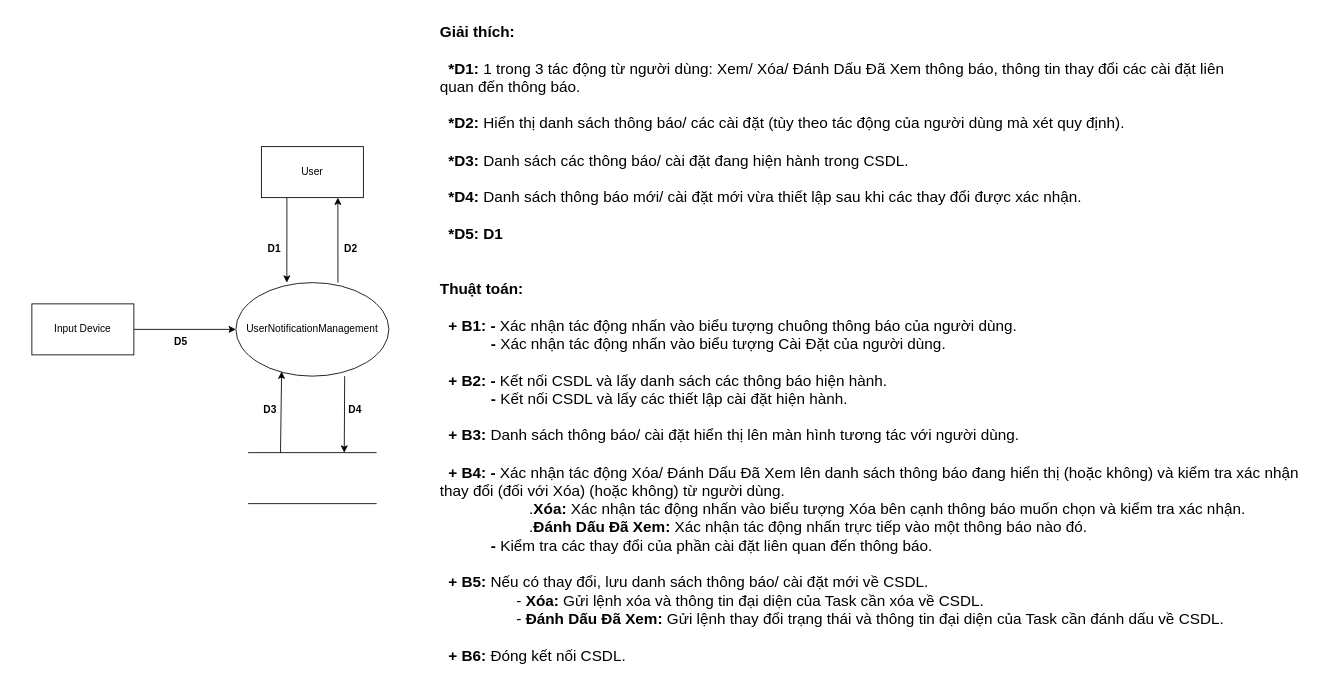
The draw.io diagram ToDoApp-Doc/Document/Diagram/General Diagram/UserNotificationManagement/TQ_UserNotificationManagement.drawio in Merevoli-DatLuu/To-Do-App, before the edit. Source tidied: cells renumbered, new cells numbered last; positions are measured from the earlier drawing's top-left corner, leaving out a move shared by most shapes. Both pictures are drawn from the tidied source at 85%, with x=0, y=0 at pixel (14, 14).
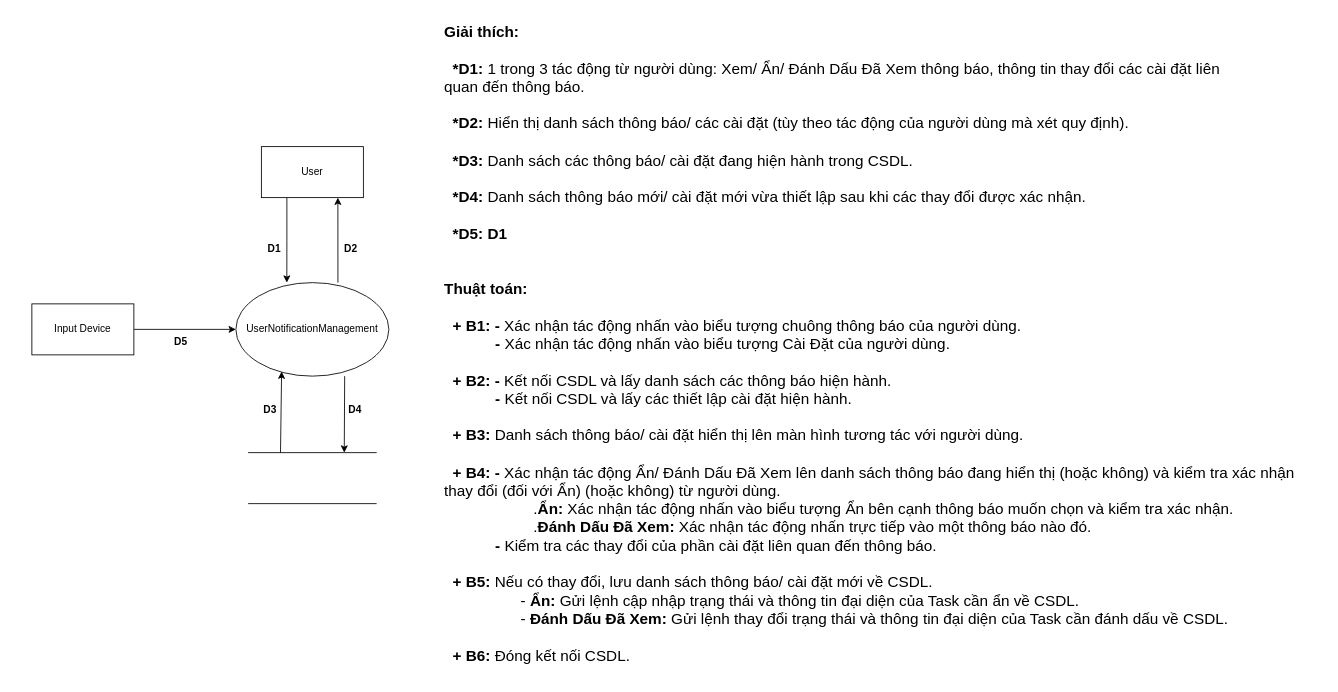
The same page after the edit.

Commit message (it also covers changes not shown here):
[Modified]: UserNotificationManagement General Diagram

Change to the diagram source:
```diff
@@
 <mxGraphModel>
   <root>
     <mxCell id="0" />
     <mxCell id="1" parent="0" />
     <mxCell id="2" style="html=1;dashed=0;whitespace=wrap;strokeColor=none;" parent="1" vertex="1">
       <mxGeometry width="1540" height="770" as="geometry" />
     </mxCell>
     <mxCell id="3" style="edgeStyle=orthogonalEdgeStyle;rounded=0;jettySize=auto;html=1;exitX=0.25;exitY=1;exitDx=0;exitDy=0;entryX=0.333;entryY=0;entryDx=0;entryDy=0;entryPerimeter=0;" parent="1" edge="1" source="4" target="5">
       <mxGeometry relative="1" as="geometry" />
     </mxCell>
     <mxCell id="4" value="User" style="rounded=0;whiteSpace=wrap;html=1;" parent="1" vertex="1">
       <mxGeometry x="290" y="155" width="120" height="60" as="geometry" />
     </mxCell>
     <mxCell id="5" value="UserNotificationManagement" style="ellipse;whiteSpace=wrap;html=1;" parent="1" vertex="1">
       <mxGeometry x="260" y="315" width="180" height="110" as="geometry" />
     </mxCell>
     <mxCell id="6" style="edgeStyle=orthogonalEdgeStyle;rounded=0;jettySize=auto;html=1;" parent="1" edge="1" source="7" target="5">
       <mxGeometry relative="1" as="geometry" />
     </mxCell>
     <mxCell id="7" value="Input Device" style="rounded=0;whiteSpace=wrap;html=1;" parent="1" vertex="1">
       <mxGeometry x="20" y="340" width="120" height="60" as="geometry" />
     </mxCell>
     <mxCell id="8" style="html=1;dashed=0;whitespace=wrap;shape=partialRectangle;right=0;left=0;" parent="1" vertex="1">
       <mxGeometry x="275" y="515" width="150" height="60" as="geometry" />
     </mxCell>
     <mxCell id="9" style="endArrow=classic;html=1;entryX=0.75;entryY=1;entryDx=0;entryDy=0;exitX=0.667;exitY=0;exitDx=0;exitDy=0;exitPerimeter=0;" parent="1" edge="1" source="5" target="4">
       <mxGeometry relative="1" as="geometry" />
     </mxCell>
     <mxCell id="10" style="endArrow=classic;html=1;exitX=0.25;exitY=0;exitDx=0;exitDy=0;entryX=0.299;entryY=0.951;entryDx=0;entryDy=0;entryPerimeter=0;" parent="1" edge="1" source="8" target="5">
       <mxGeometry relative="1" as="geometry" />
     </mxCell>
     <mxCell id="11" style="endArrow=classic;html=1;entryX=0.75;entryY=0;entryDx=0;entryDy=0;" parent="1" edge="1" target="8">
       <mxGeometry relative="1" as="geometry">
         <mxPoint x="388" y="425" as="sourcePoint" />
       </mxGeometry>
     </mxCell>
     <mxCell id="12" value="&lt;b&gt;D1&lt;/b&gt;" style="text;html=1;align=center;verticalAlign=middle;" parent="1" vertex="1">
       <mxGeometry x="290" y="265" width="30" height="20" as="geometry" />
     </mxCell>
     <mxCell id="13" value="&lt;b&gt;D2&lt;/b&gt;" style="text;html=1;align=center;verticalAlign=middle;" parent="1" vertex="1">
       <mxGeometry x="380" y="265" width="30" height="20" as="geometry" />
     </mxCell>
     <mxCell id="14" value="&lt;b&gt;D3&lt;/b&gt;" style="text;html=1;align=center;verticalAlign=middle;" parent="1" vertex="1">
       <mxGeometry x="285" y="455" width="30" height="20" as="geometry" />
     </mxCell>
     <mxCell id="15" value="&lt;b&gt;D4&lt;/b&gt;" style="text;html=1;align=center;verticalAlign=middle;" parent="1" vertex="1">
       <mxGeometry x="385" y="455" width="30" height="20" as="geometry" />
     </mxCell>
     <mxCell id="16" value="&lt;b&gt;D5&lt;/b&gt;" style="text;html=1;align=center;verticalAlign=middle;" parent="1" vertex="1">
       <mxGeometry x="180" y="375" width="30" height="20" as="geometry" />
     </mxCell>
-    <mxCell id="17" value="&lt;div style=&quot;text-align: justify&quot;&gt;&lt;b style=&quot;font-size: 18px&quot;&gt;Giải thích:&lt;/b&gt;&lt;/div&gt;&lt;div style=&quot;text-align: justify&quot;&gt;&lt;b style=&quot;font-size: 18px&quot;&gt;&lt;br&gt;&lt;/b&gt;&lt;/div&gt;&lt;div style=&quot;font-size: 18px ; text-align: justify&quot;&gt;&lt;b&gt;&amp;nbsp; *D1:&amp;nbsp;&lt;/b&gt;1 trong 3&amp;nbsp;tác động từ người dùng: Xem/ Xóa/ Đánh Dấu Đã Xem thông báo, thông tin thay đổi các cài đặt liên&lt;/div&gt;&lt;div style=&quot;font-size: 18px ; text-align: justify&quot;&gt;quan đến thông báo.&lt;/div&gt;&lt;div style=&quot;font-size: 18px ; text-align: justify&quot;&gt;&lt;br&gt;&lt;/div&gt;&lt;div style=&quot;font-size: 18px ; text-align: justify&quot;&gt;&amp;nbsp;&amp;nbsp;&lt;b&gt;*D2:&amp;nbsp;&lt;/b&gt;Hiển thị danh sách thông báo/ các cài đặt (tùy theo tác động của người dùng mà xét quy định).&lt;/div&gt;&lt;div style=&quot;font-size: 18px ; text-align: justify&quot;&gt;&lt;br&gt;&lt;/div&gt;&lt;div style=&quot;font-size: 18px ; text-align: justify&quot;&gt;&amp;nbsp;&amp;nbsp;&lt;b&gt;*D3:&lt;/b&gt;&amp;nbsp;Danh sách các thông báo/ cài đặt đang hiện hành trong CSDL.&lt;/div&gt;&lt;div style=&quot;font-size: 18px ; text-align: justify&quot;&gt;&lt;br&gt;&lt;/div&gt;&lt;div style=&quot;font-size: 18px ; text-align: justify&quot;&gt;&amp;nbsp;&amp;nbsp;&lt;b&gt;*D4:&amp;nbsp;&lt;/b&gt;Danh sách thông báo mới/ cài đặt mới vừa thiết lập sau khi các thay đổi được xác nhận.&lt;/div&gt;&lt;div style=&quot;font-size: 18px ; text-align: justify&quot;&gt;&lt;br&gt;&lt;/div&gt;&lt;div style=&quot;font-size: 18px ; text-align: justify&quot;&gt;&amp;nbsp;&amp;nbsp;&lt;b&gt;*D5: D1&lt;/b&gt;&lt;/div&gt;&lt;div style=&quot;font-size: 18px ; text-align: justify&quot;&gt;&lt;br&gt;&lt;/div&gt;&lt;div style=&quot;font-size: 18px ; text-align: justify&quot;&gt;&lt;br&gt;&lt;/div&gt;&lt;div style=&quot;font-size: 18px ; text-align: justify&quot;&gt;&lt;b&gt;Thuật toán:&lt;/b&gt;&lt;/div&gt;&lt;div style=&quot;font-size: 18px ; text-align: justify&quot;&gt;&lt;b&gt;&lt;br&gt;&lt;/b&gt;&lt;/div&gt;&lt;div style=&quot;font-size: 18px ; text-align: justify&quot;&gt;&lt;b&gt;&amp;nbsp; + B1: - &lt;/b&gt;Xác nhận tác động nhấn vào biểu tượng chuông thông báo của người dùng.&lt;/div&gt;&lt;div style=&quot;font-size: 18px ; text-align: justify&quot;&gt;&amp;nbsp; &amp;nbsp; &amp;nbsp; &amp;nbsp; &amp;nbsp; &amp;nbsp; &lt;b&gt;- &lt;/b&gt;Xác nhận tác động nhấn vào biểu tượng Cài Đặt của người dùng.&lt;/div&gt;&lt;div style=&quot;font-size: 18px ; text-align: justify&quot;&gt;&lt;br&gt;&lt;/div&gt;&lt;div style=&quot;font-size: 18px ; text-align: justify&quot;&gt;&lt;b&gt;&amp;nbsp; + B2: -&amp;nbsp;&lt;/b&gt;Kết nối CSDL và lấy danh sách các thông báo hiện hành.&lt;/div&gt;&lt;div style=&quot;font-size: 18px ; text-align: justify&quot;&gt;&amp;nbsp; &amp;nbsp; &amp;nbsp; &amp;nbsp; &amp;nbsp; &amp;nbsp; &lt;b&gt;-&lt;/b&gt;&amp;nbsp;Kết nối CSDL và lấy các thiết lập cài đặt hiện hành.&lt;/div&gt;&lt;div style=&quot;font-size: 18px ; text-align: justify&quot;&gt;&lt;br&gt;&lt;/div&gt;&lt;div style=&quot;font-size: 18px ; text-align: justify&quot;&gt;&lt;b&gt;&amp;nbsp; + B3:&amp;nbsp;&lt;/b&gt;Danh sách thông báo/ cài đặt hiển thị lên màn hình tương tác với người dùng.&lt;/div&gt;&lt;div style=&quot;font-size: 18px ; text-align: justify&quot;&gt;&lt;br&gt;&lt;/div&gt;&lt;div style=&quot;font-size: 18px ; text-align: justify&quot;&gt;&lt;b&gt;&amp;nbsp; + B4: - &lt;/b&gt;Xác nhận&amp;nbsp;tác động Xóa/ Đánh Dấu Đã Xem lên danh sách thông báo đang hiển thị (hoặc không) và kiểm tra xác nhận&lt;/div&gt;&lt;div style=&quot;font-size: 18px ; text-align: justify&quot;&gt;thay đổi (đối với Xóa) (hoặc không)&amp;nbsp;&lt;span&gt;từ người dùng.&lt;/span&gt;&lt;/div&gt;&lt;div style=&quot;font-size: 18px ; text-align: justify&quot;&gt;&amp;nbsp; &amp;nbsp; &amp;nbsp; &amp;nbsp; &amp;nbsp; &amp;nbsp; &amp;nbsp; &amp;nbsp; &amp;nbsp; &amp;nbsp; &amp;nbsp;.&lt;b&gt;Xóa: &lt;/b&gt;Xác nhận tác động&amp;nbsp;nhấn vào biểu tượng Xóa bên cạnh thông báo muốn chọn và kiểm tra xác nhận.&lt;/div&gt;&lt;div style=&quot;font-size: 18px ; text-align: justify&quot;&gt;&amp;nbsp; &amp;nbsp; &amp;nbsp; &amp;nbsp; &amp;nbsp; &amp;nbsp; &amp;nbsp; &amp;nbsp; &amp;nbsp; &amp;nbsp; &amp;nbsp;.&lt;b&gt;Đánh Dấu Đã Xem: &lt;/b&gt;Xác nhận tác động&amp;nbsp;nhấn trực tiếp vào một thông báo nào đó.&lt;/div&gt;&lt;div style=&quot;font-size: 18px ; text-align: justify&quot;&gt;&amp;nbsp; &amp;nbsp; &amp;nbsp; &amp;nbsp; &amp;nbsp; &amp;nbsp; &lt;b&gt;- &lt;/b&gt;Kiểm tra các thay đổi của phần cài đặt liên quan đến thông báo.&lt;/div&gt;&lt;div style=&quot;font-size: 18px ; text-align: justify&quot;&gt;&lt;br&gt;&lt;/div&gt;&lt;div style=&quot;font-size: 18px ; text-align: justify&quot;&gt;&lt;b&gt;&amp;nbsp; + B5:&amp;nbsp;&lt;/b&gt;Nếu có thay đổi, lưu danh sách thông báo/ cài đặt mới về CSDL.&lt;/div&gt;&lt;div style=&quot;font-size: 18px ; text-align: justify&quot;&gt;&amp;nbsp; &amp;nbsp; &amp;nbsp; &amp;nbsp; &amp;nbsp; &amp;nbsp; &amp;nbsp; &amp;nbsp; &amp;nbsp; - &lt;b&gt;Xóa: &lt;/b&gt;Gửi lệnh xóa và thông tin đại diện của Task cần xóa về CSDL.&lt;/div&gt;&lt;div style=&quot;font-size: 18px ; text-align: justify&quot;&gt;&amp;nbsp; &amp;nbsp; &amp;nbsp; &amp;nbsp; &amp;nbsp; &amp;nbsp; &amp;nbsp; &amp;nbsp; &amp;nbsp; - &lt;b&gt;Đánh Dấu Đã Xem: &lt;/b&gt;Gửi lệnh thay đổi trạng thái và thông tin đại diện của Task cần đánh dấu về CSDL.&lt;/div&gt;&lt;div style=&quot;font-size: 18px ; text-align: justify&quot;&gt;&amp;nbsp; &amp;nbsp; &amp;nbsp; &amp;nbsp; &amp;nbsp; &amp;nbsp; &amp;nbsp; &amp;nbsp; &amp;nbsp;&amp;nbsp;&lt;/div&gt;&lt;div style=&quot;font-size: 18px ; text-align: justify&quot;&gt;&lt;b&gt;&amp;nbsp; + B6:&amp;nbsp;&lt;/b&gt;Đóng kết nối CSDL.&lt;/div&gt;&lt;div&gt;&lt;br&gt;&lt;/div&gt;" style="text;html=1;align=center;verticalAlign=middle;" parent="1" vertex="1">
-      <mxGeometry x="490" y="145" width="1030" height="500" as="geometry" />
+    <mxCell id="17" value="&lt;div style=&quot;text-align: justify&quot;&gt;&lt;b style=&quot;font-size: 18px&quot;&gt;Giải thích:&lt;/b&gt;&lt;/div&gt;&lt;div style=&quot;text-align: justify&quot;&gt;&lt;b style=&quot;font-size: 18px&quot;&gt;&lt;br&gt;&lt;/b&gt;&lt;/div&gt;&lt;div style=&quot;font-size: 18px ; text-align: justify&quot;&gt;&lt;b&gt;&amp;nbsp; *D1:&amp;nbsp;&lt;/b&gt;1 trong 3&amp;nbsp;tác động từ người dùng: Xem/ Ẩn/ Đánh Dấu Đã Xem thông báo, thông tin thay đổi các cài đặt liên&lt;/div&gt;&lt;div style=&quot;font-size: 18px ; text-align: justify&quot;&gt;quan đến thông báo.&lt;/div&gt;&lt;div style=&quot;font-size: 18px ; text-align: justify&quot;&gt;&lt;br&gt;&lt;/div&gt;&lt;div style=&quot;font-size: 18px ; text-align: justify&quot;&gt;&amp;nbsp;&amp;nbsp;&lt;b&gt;*D2:&amp;nbsp;&lt;/b&gt;Hiển thị danh sách thông báo/ các cài đặt (tùy theo tác động của người dùng mà xét quy định).&lt;/div&gt;&lt;div style=&quot;font-size: 18px ; text-align: justify&quot;&gt;&lt;br&gt;&lt;/div&gt;&lt;div style=&quot;font-size: 18px ; text-align: justify&quot;&gt;&amp;nbsp;&amp;nbsp;&lt;b&gt;*D3:&lt;/b&gt;&amp;nbsp;Danh sách các thông báo/ cài đặt đang hiện hành trong CSDL.&lt;/div&gt;&lt;div style=&quot;font-size: 18px ; text-align: justify&quot;&gt;&lt;br&gt;&lt;/div&gt;&lt;div style=&quot;font-size: 18px ; text-align: justify&quot;&gt;&amp;nbsp;&amp;nbsp;&lt;b&gt;*D4:&amp;nbsp;&lt;/b&gt;Danh sách thông báo mới/ cài đặt mới vừa thiết lập sau khi các thay đổi được xác nhận.&lt;/div&gt;&lt;div style=&quot;font-size: 18px ; text-align: justify&quot;&gt;&lt;br&gt;&lt;/div&gt;&lt;div style=&quot;font-size: 18px ; text-align: justify&quot;&gt;&amp;nbsp;&amp;nbsp;&lt;b&gt;*D5: D1&lt;/b&gt;&lt;/div&gt;&lt;div style=&quot;font-size: 18px ; text-align: justify&quot;&gt;&lt;br&gt;&lt;/div&gt;&lt;div style=&quot;font-size: 18px ; text-align: justify&quot;&gt;&lt;br&gt;&lt;/div&gt;&lt;div style=&quot;font-size: 18px ; text-align: justify&quot;&gt;&lt;b&gt;Thuật toán:&lt;/b&gt;&lt;/div&gt;&lt;div style=&quot;font-size: 18px ; text-align: justify&quot;&gt;&lt;b&gt;&lt;br&gt;&lt;/b&gt;&lt;/div&gt;&lt;div style=&quot;font-size: 18px ; text-align: justify&quot;&gt;&lt;b&gt;&amp;nbsp; + B1: - &lt;/b&gt;Xác nhận tác động nhấn vào biểu tượng chuông thông báo của người dùng.&lt;/div&gt;&lt;div style=&quot;font-size: 18px ; text-align: justify&quot;&gt;&amp;nbsp; &amp;nbsp; &amp;nbsp; &amp;nbsp; &amp;nbsp; &amp;nbsp; &lt;b&gt;- &lt;/b&gt;Xác nhận tác động nhấn vào biểu tượng Cài Đặt của người dùng.&lt;/div&gt;&lt;div style=&quot;font-size: 18px ; text-align: justify&quot;&gt;&lt;br&gt;&lt;/div&gt;&lt;div style=&quot;font-size: 18px ; text-align: justify&quot;&gt;&lt;b&gt;&amp;nbsp; + B2: -&amp;nbsp;&lt;/b&gt;Kết nối CSDL và lấy danh sách các thông báo hiện hành.&lt;/div&gt;&lt;div style=&quot;font-size: 18px ; text-align: justify&quot;&gt;&amp;nbsp; &amp;nbsp; &amp;nbsp; &amp;nbsp; &amp;nbsp; &amp;nbsp; &lt;b&gt;-&lt;/b&gt;&amp;nbsp;Kết nối CSDL và lấy các thiết lập cài đặt hiện hành.&lt;/div&gt;&lt;div style=&quot;font-size: 18px ; text-align: justify&quot;&gt;&lt;br&gt;&lt;/div&gt;&lt;div style=&quot;font-size: 18px ; text-align: justify&quot;&gt;&lt;b&gt;&amp;nbsp; + B3:&amp;nbsp;&lt;/b&gt;Danh sách thông báo/ cài đặt hiển thị lên màn hình tương tác với người dùng.&lt;/div&gt;&lt;div style=&quot;font-size: 18px ; text-align: justify&quot;&gt;&lt;br&gt;&lt;/div&gt;&lt;div style=&quot;font-size: 18px ; text-align: justify&quot;&gt;&lt;b&gt;&amp;nbsp; + B4: - &lt;/b&gt;Xác nhận&amp;nbsp;tác động Ẩn/ Đánh Dấu Đã Xem lên danh sách thông báo đang hiển thị (hoặc không) và kiểm tra xác nhận&lt;/div&gt;&lt;div style=&quot;font-size: 18px ; text-align: justify&quot;&gt;thay đổi (đối với Ẩn) (hoặc không)&amp;nbsp;&lt;span&gt;từ người dùng.&lt;/span&gt;&lt;/div&gt;&lt;div style=&quot;font-size: 18px ; text-align: justify&quot;&gt;&amp;nbsp; &amp;nbsp; &amp;nbsp; &amp;nbsp; &amp;nbsp; &amp;nbsp; &amp;nbsp; &amp;nbsp; &amp;nbsp; &amp;nbsp; &amp;nbsp;.&lt;b&gt;Ẩn: &lt;/b&gt;Xác nhận tác động&amp;nbsp;nhấn vào biểu tượng Ẩn bên cạnh thông báo muốn chọn và kiểm tra xác nhận.&lt;/div&gt;&lt;div style=&quot;font-size: 18px ; text-align: justify&quot;&gt;&amp;nbsp; &amp;nbsp; &amp;nbsp; &amp;nbsp; &amp;nbsp; &amp;nbsp; &amp;nbsp; &amp;nbsp; &amp;nbsp; &amp;nbsp; &amp;nbsp;.&lt;b&gt;Đánh Dấu Đã Xem: &lt;/b&gt;Xác nhận tác động&amp;nbsp;nhấn trực tiếp vào một thông báo nào đó.&lt;/div&gt;&lt;div style=&quot;font-size: 18px ; text-align: justify&quot;&gt;&amp;nbsp; &amp;nbsp; &amp;nbsp; &amp;nbsp; &amp;nbsp; &amp;nbsp; &lt;b&gt;- &lt;/b&gt;Kiểm tra các thay đổi của phần cài đặt liên quan đến thông báo.&lt;/div&gt;&lt;div style=&quot;font-size: 18px ; text-align: justify&quot;&gt;&lt;br&gt;&lt;/div&gt;&lt;div style=&quot;font-size: 18px ; text-align: justify&quot;&gt;&lt;b&gt;&amp;nbsp; + B5:&amp;nbsp;&lt;/b&gt;Nếu có thay đổi, lưu danh sách thông báo/ cài đặt mới về CSDL.&lt;/div&gt;&lt;div style=&quot;font-size: 18px ; text-align: justify&quot;&gt;&amp;nbsp; &amp;nbsp; &amp;nbsp; &amp;nbsp; &amp;nbsp; &amp;nbsp; &amp;nbsp; &amp;nbsp; &amp;nbsp; - &lt;b&gt;Ẩn: &lt;/b&gt;Gửi lệnh cập nhập trạng thái và thông tin đại diện của Task cần ẩn về CSDL.&lt;/div&gt;&lt;div style=&quot;font-size: 18px ; text-align: justify&quot;&gt;&amp;nbsp; &amp;nbsp; &amp;nbsp; &amp;nbsp; &amp;nbsp; &amp;nbsp; &amp;nbsp; &amp;nbsp; &amp;nbsp; - &lt;b&gt;Đánh Dấu Đã Xem: &lt;/b&gt;Gửi lệnh thay đổi trạng thái và thông tin đại diện của Task cần đánh dấu về CSDL.&lt;/div&gt;&lt;div style=&quot;font-size: 18px ; text-align: justify&quot;&gt;&amp;nbsp; &amp;nbsp; &amp;nbsp; &amp;nbsp; &amp;nbsp; &amp;nbsp; &amp;nbsp; &amp;nbsp; &amp;nbsp;&amp;nbsp;&lt;/div&gt;&lt;div style=&quot;font-size: 18px ; text-align: justify&quot;&gt;&lt;b&gt;&amp;nbsp; + B6:&amp;nbsp;&lt;/b&gt;Đóng kết nối CSDL.&lt;/div&gt;&lt;div&gt;&lt;br&gt;&lt;/div&gt;" style="text;html=1;align=center;verticalAlign=middle;" parent="1" vertex="1">
+      <mxGeometry x="495" y="145" width="1020" height="500" as="geometry" />
     </mxCell>
   </root>
 </mxGraphModel>
```
